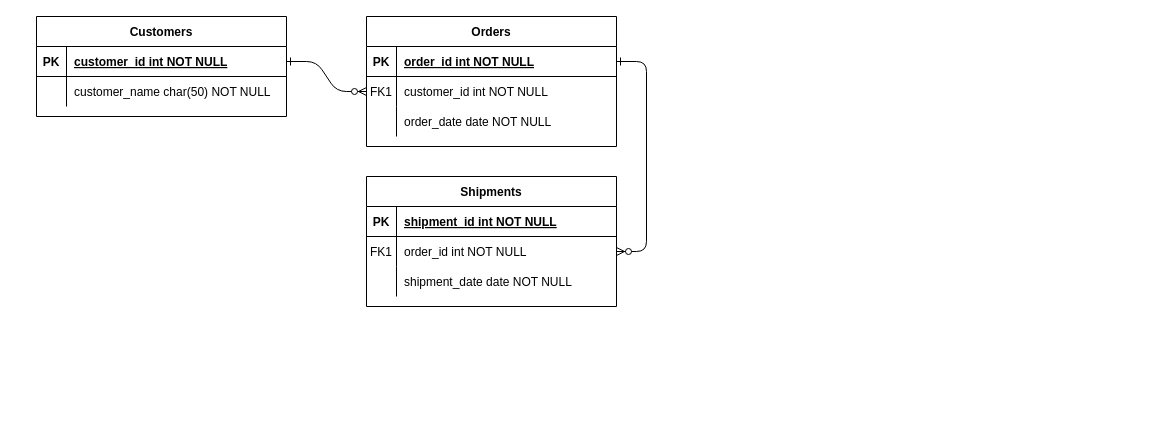
Above: Diagrama sem nome.drawio in ExtraProjects860/DevWebProject (draw.io), before the change. Source tidied: cells renumbered, new cells numbered last; positions are measured from the earlier drawing's top-left corner, leaving out a move shared by most shapes. Both pictures are drawn from the tidied source at 100%, with x=0, y=0 at pixel (36, 16).
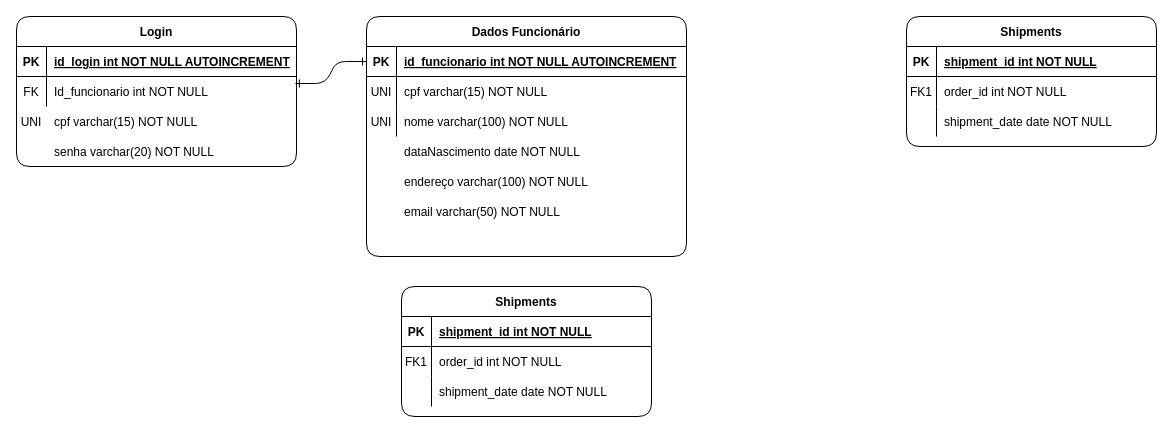
The same diagram, later.

The change refers to these unchanged cells:
```xml
<mxCell id="18" style="shape=partialRectangle;fillColor=none;points=[[0,0.5],[1,0.5]];portConstraint=eastwest;top=0;left=0;right=0;bottom=0;" parent="14" vertex="1">
  <mxGeometry y="60" width="250" height="30" as="geometry" />
</mxCell>
```

The edit, as a diff of the source:
```diff
@@
-    <mxCell id="2" style="edgeStyle=entityRelationEdgeStyle;endArrow=ERzeroToMany;startArrow=ERone;endFill=1;startFill=0;" parent="1" edge="1" source="25" target="8">
+    <mxCell id="2" style="edgeStyle=entityRelationEdgeStyle;endArrow=ERone;startArrow=ERone;endFill=0;startFill=0;exitX=0.996;exitY=0.233;exitDx=0;exitDy=0;exitPerimeter=0;entryX=0;entryY=0.5;entryDx=0;entryDy=0;" parent="1" edge="1" source="28" target="5">
       <mxGeometry relative="1" as="geometry" />
     </mxCell>
-    <mxCell id="3" style="edgeStyle=entityRelationEdgeStyle;endArrow=ERzeroToMany;startArrow=ERone;endFill=1;startFill=0;" parent="1" edge="1" source="5" target="18">
-      <mxGeometry relative="1" as="geometry" />
-    </mxCell>
-    <mxCell id="4" value="Orders" style="shape=table;startSize=30;childLayout=tableLayout;rowLines=0;fontStyle=1;align=center;" parent="1" vertex="1">
-      <mxGeometry x="330" width="250" height="130" as="geometry" />
+    <mxCell id="4" value="Dados Funcionário" style="shape=table;startSize=30;childLayout=tableLayout;rowLines=0;fontStyle=1;align=center;rounded=1;" parent="1" vertex="1">
+      <mxGeometry x="330" width="320" height="240" as="geometry" />
     </mxCell>
     <mxCell id="5" style="shape=partialRectangle;fillColor=none;points=[[0,0.5],[1,0.5]];portConstraint=eastwest;top=0;left=0;right=0;bottom=1;" parent="4" vertex="1">
-      <mxGeometry y="30" width="250" height="30" as="geometry" />
+      <mxGeometry y="30" width="320" height="30" as="geometry" />
     </mxCell>
@@
-    <mxCell id="7" value="order_id int NOT NULL " style="shape=partialRectangle;overflow=hidden;fillColor=none;top=0;left=0;bottom=0;right=0;align=left;spacingLeft=6;fontStyle=5;" parent="5" vertex="1">
-      <mxGeometry x="30" width="220" height="30" as="geometry" />
+    <mxCell id="7" value="id_funcionario int NOT NULL AUTOINCREMENT" style="shape=partialRectangle;overflow=hidden;fillColor=none;top=0;left=0;bottom=0;right=0;align=left;spacingLeft=6;fontStyle=5;" parent="5" vertex="1">
+      <mxGeometry x="30" width="290" height="30" as="geometry" />
     </mxCell>
     <mxCell id="8" style="shape=partialRectangle;fillColor=none;points=[[0,0.5],[1,0.5]];portConstraint=eastwest;top=0;left=0;right=0;bottom=0;" parent="4" vertex="1">
-      <mxGeometry y="60" width="250" height="30" as="geometry" />
+      <mxGeometry y="60" width="320" height="30" as="geometry" />
     </mxCell>
-    <mxCell id="9" value="FK1" style="shape=partialRectangle;overflow=hidden;fillColor=none;top=0;left=0;bottom=0;right=0;" parent="8" vertex="1">
+    <mxCell id="9" value="UNI" style="shape=partialRectangle;overflow=hidden;fillColor=none;top=0;left=0;bottom=0;right=0;" parent="8" vertex="1">
       <mxGeometry width="30" height="30" as="geometry" />
     </mxCell>
-    <mxCell id="10" value="customer_id int NOT NULL" style="shape=partialRectangle;overflow=hidden;fillColor=none;top=0;left=0;bottom=0;right=0;align=left;spacingLeft=6;" parent="8" vertex="1">
-      <mxGeometry x="30" width="220" height="30" as="geometry" />
+    <mxCell id="10" value="cpf varchar(15) NOT NULL" style="shape=partialRectangle;overflow=hidden;fillColor=none;top=0;left=0;bottom=0;right=0;align=left;spacingLeft=6;" parent="8" vertex="1">
+      <mxGeometry x="30" width="290" height="30" as="geometry" />
     </mxCell>
     <mxCell id="11" style="shape=partialRectangle;fillColor=none;top=0;left=0;right=0;bottom=0;" parent="4" vertex="1">
-      <mxGeometry y="90" width="250" height="30" as="geometry" />
+      <mxGeometry y="90" width="320" height="30" as="geometry" />
     </mxCell>
-    <mxCell id="12" style="shape=partialRectangle;overflow=hidden;fillColor=none;top=0;left=0;bottom=0;right=0;" parent="11" vertex="1">
+    <mxCell id="12" value="UNI" style="shape=partialRectangle;overflow=hidden;fillColor=none;top=0;left=0;bottom=0;right=0;" parent="11" vertex="1">
       <mxGeometry width="30" height="30" as="geometry" />
     </mxCell>
-    <mxCell id="13" value="order_date date NOT NULL" style="shape=partialRectangle;overflow=hidden;fillColor=none;top=0;left=0;bottom=0;right=0;align=left;spacingLeft=6;" parent="11" vertex="1">
-      <mxGeometry x="30" width="220" height="30" as="geometry" />
+    <mxCell id="13" value="nome varchar(100) NOT NULL" style="shape=partialRectangle;overflow=hidden;fillColor=none;top=0;left=0;bottom=0;right=0;align=left;spacingLeft=6;" parent="11" vertex="1">
+      <mxGeometry x="30" width="290" height="30" as="geometry" />
     </mxCell>
-    <mxCell id="14" value="Shipments" style="shape=table;startSize=30;childLayout=tableLayout;rowLines=0;fontStyle=1;align=center;" parent="1" vertex="1">
-      <mxGeometry x="330" y="160" width="250" height="130" as="geometry" />
+    <mxCell id="14" value="Shipments" style="shape=table;startSize=30;childLayout=tableLayout;rowLines=0;fontStyle=1;align=center;rounded=1;" parent="1" vertex="1">
+      <mxGeometry x="365" y="270" width="250" height="130" as="geometry" />
     </mxCell>
@@
-    <mxCell id="24" value="Customers" style="shape=table;startSize=30;childLayout=tableLayout;rowLines=0;fontStyle=1;align=center;" parent="1" vertex="1">
-      <mxGeometry width="250" height="100" as="geometry" />
+    <mxCell id="24" value="Login" style="shape=table;startSize=30;childLayout=tableLayout;rowLines=0;fontStyle=1;align=center;rounded=1;" parent="1" vertex="1">
+      <mxGeometry x="-20" width="280" height="150" as="geometry" />
     </mxCell>
     <mxCell id="25" style="shape=partialRectangle;fillColor=none;points=[[0,0.5],[1,0.5]];portConstraint=eastwest;top=0;left=0;right=0;bottom=1;" parent="24" vertex="1">
-      <mxGeometry y="30" width="250" height="30" as="geometry" />
+      <mxGeometry y="30" width="280" height="30" as="geometry" />
     </mxCell>
@@
-    <mxCell id="27" value="customer_id int NOT NULL " style="shape=partialRectangle;overflow=hidden;fillColor=none;top=0;left=0;bottom=0;right=0;align=left;spacingLeft=6;fontStyle=5;" parent="25" vertex="1">
-      <mxGeometry x="30" width="220" height="30" as="geometry" />
+    <mxCell id="27" value="id_login int NOT NULL AUTOINCREMENT" style="shape=partialRectangle;overflow=hidden;fillColor=none;top=0;left=0;bottom=0;right=0;align=left;spacingLeft=6;fontStyle=5;" parent="25" vertex="1">
+      <mxGeometry x="30" width="250" height="30" as="geometry" />
     </mxCell>
     <mxCell id="28" style="shape=partialRectangle;fillColor=none;points=[[0,0.5],[1,0.5]];portConstraint=eastwest;top=0;left=0;right=0;bottom=0;" parent="24" vertex="1">
-      <mxGeometry y="60" width="250" height="30" as="geometry" />
+      <mxGeometry y="60" width="280" height="30" as="geometry" />
     </mxCell>
-    <mxCell id="29" style="shape=partialRectangle;overflow=hidden;fillColor=none;top=0;left=0;bottom=0;right=0;" parent="28" vertex="1">
+    <mxCell id="29" value="FK" style="shape=partialRectangle;overflow=hidden;fillColor=none;top=0;left=0;bottom=0;right=0;" parent="28" vertex="1">
       <mxGeometry width="30" height="30" as="geometry" />
     </mxCell>
-    <mxCell id="30" value="customer_name char(50) NOT NULL" style="shape=partialRectangle;overflow=hidden;fillColor=none;top=0;left=0;bottom=0;right=0;align=left;spacingLeft=6;" parent="28" vertex="1">
-      <mxGeometry x="30" width="220" height="30" as="geometry" />
+    <mxCell id="30" value="Id_funcionario int NOT NULL" style="shape=partialRectangle;overflow=hidden;fillColor=none;top=0;left=0;bottom=0;right=0;align=left;spacingLeft=6;" parent="28" vertex="1">
+      <mxGeometry x="30" width="250" height="30" as="geometry" />
     </mxCell>
+    <mxCell id="31" value="cpf varchar(15) NOT NULL" style="shape=partialRectangle;overflow=hidden;fillColor=none;top=0;left=0;bottom=0;right=0;align=left;spacingLeft=6;" parent="1" vertex="1">
+      <mxGeometry x="10" y="90" width="250" height="30" as="geometry" />
+    </mxCell>
+    <mxCell id="32" value="senha varchar(20) NOT NULL " style="shape=partialRectangle;overflow=hidden;fillColor=none;top=0;left=0;bottom=0;right=0;align=left;spacingLeft=6;" parent="1" vertex="1">
+      <mxGeometry x="10" y="120" width="250" height="30" as="geometry" />
+    </mxCell>
+    <mxCell id="33" value="UNI" style="shape=partialRectangle;overflow=hidden;fillColor=none;top=0;left=0;bottom=0;right=0;" parent="1" vertex="1">
+      <mxGeometry x="-20" y="90" width="30" height="30" as="geometry" />
+    </mxCell>
+    <mxCell id="34" value="Shipments" style="shape=table;startSize=30;childLayout=tableLayout;rowLines=0;fontStyle=1;align=center;rounded=1;" parent="1" vertex="1">
+      <mxGeometry x="870" width="250" height="130" as="geometry" />
+    </mxCell>
+    <mxCell id="35" style="shape=partialRectangle;fillColor=none;top=0;left=0;right=0;bottom=1;" parent="34" vertex="1">
+      <mxGeometry y="30" width="250" height="30" as="geometry" />
+    </mxCell>
+    <mxCell id="36" value="PK" style="shape=partialRectangle;overflow=hidden;fillColor=none;top=0;left=0;bottom=0;right=0;fontStyle=1;" parent="35" vertex="1">
+      <mxGeometry width="30" height="30" as="geometry" />
+    </mxCell>
+    <mxCell id="37" value="shipment_id int NOT NULL " style="shape=partialRectangle;overflow=hidden;fillColor=none;top=0;left=0;bottom=0;right=0;align=left;spacingLeft=6;fontStyle=5;" parent="35" vertex="1">
+      <mxGeometry x="30" width="220" height="30" as="geometry" />
+    </mxCell>
+    <mxCell id="38" style="shape=partialRectangle;fillColor=none;top=0;left=0;right=0;bottom=0;" parent="34" vertex="1">
+      <mxGeometry y="60" width="250" height="30" as="geometry" />
+    </mxCell>
+    <mxCell id="39" value="FK1" style="shape=partialRectangle;overflow=hidden;fillColor=none;top=0;left=0;bottom=0;right=0;" parent="38" vertex="1">
+      <mxGeometry width="30" height="30" as="geometry" />
+    </mxCell>
+    <mxCell id="40" value="order_id int NOT NULL" style="shape=partialRectangle;overflow=hidden;fillColor=none;top=0;left=0;bottom=0;right=0;align=left;spacingLeft=6;" parent="38" vertex="1">
+      <mxGeometry x="30" width="220" height="30" as="geometry" />
+    </mxCell>
+    <mxCell id="41" style="shape=partialRectangle;fillColor=none;top=0;left=0;right=0;bottom=0;" parent="34" vertex="1">
+      <mxGeometry y="90" width="250" height="30" as="geometry" />
+    </mxCell>
+    <mxCell id="42" style="shape=partialRectangle;overflow=hidden;fillColor=none;top=0;left=0;bottom=0;right=0;" parent="41" vertex="1">
+      <mxGeometry width="30" height="30" as="geometry" />
+    </mxCell>
+    <mxCell id="43" value="shipment_date date NOT NULL" style="shape=partialRectangle;overflow=hidden;fillColor=none;top=0;left=0;bottom=0;right=0;align=left;spacingLeft=6;" parent="41" vertex="1">
+      <mxGeometry x="30" width="220" height="30" as="geometry" />
+    </mxCell>
+    <mxCell id="44" value="dataNascimento date NOT NULL" style="shape=partialRectangle;overflow=hidden;fillColor=none;top=0;left=0;bottom=0;right=0;align=left;spacingLeft=6;" parent="1" vertex="1">
+      <mxGeometry x="360" y="120" width="290" height="30" as="geometry" />
+    </mxCell>
+    <mxCell id="45" value="endereço varchar(100) NOT NULL" style="shape=partialRectangle;overflow=hidden;fillColor=none;top=0;left=0;bottom=0;right=0;align=left;spacingLeft=6;" parent="1" vertex="1">
+      <mxGeometry x="360" y="150" width="290" height="30" as="geometry" />
+    </mxCell>
+    <mxCell id="46" value="email varchar(50) NOT NULL" style="shape=partialRectangle;overflow=hidden;fillColor=none;top=0;left=0;bottom=0;right=0;align=left;spacingLeft=6;" parent="1" vertex="1">
+      <mxGeometry x="360" y="180" width="290" height="30" as="geometry" />
+    </mxCell>
```
